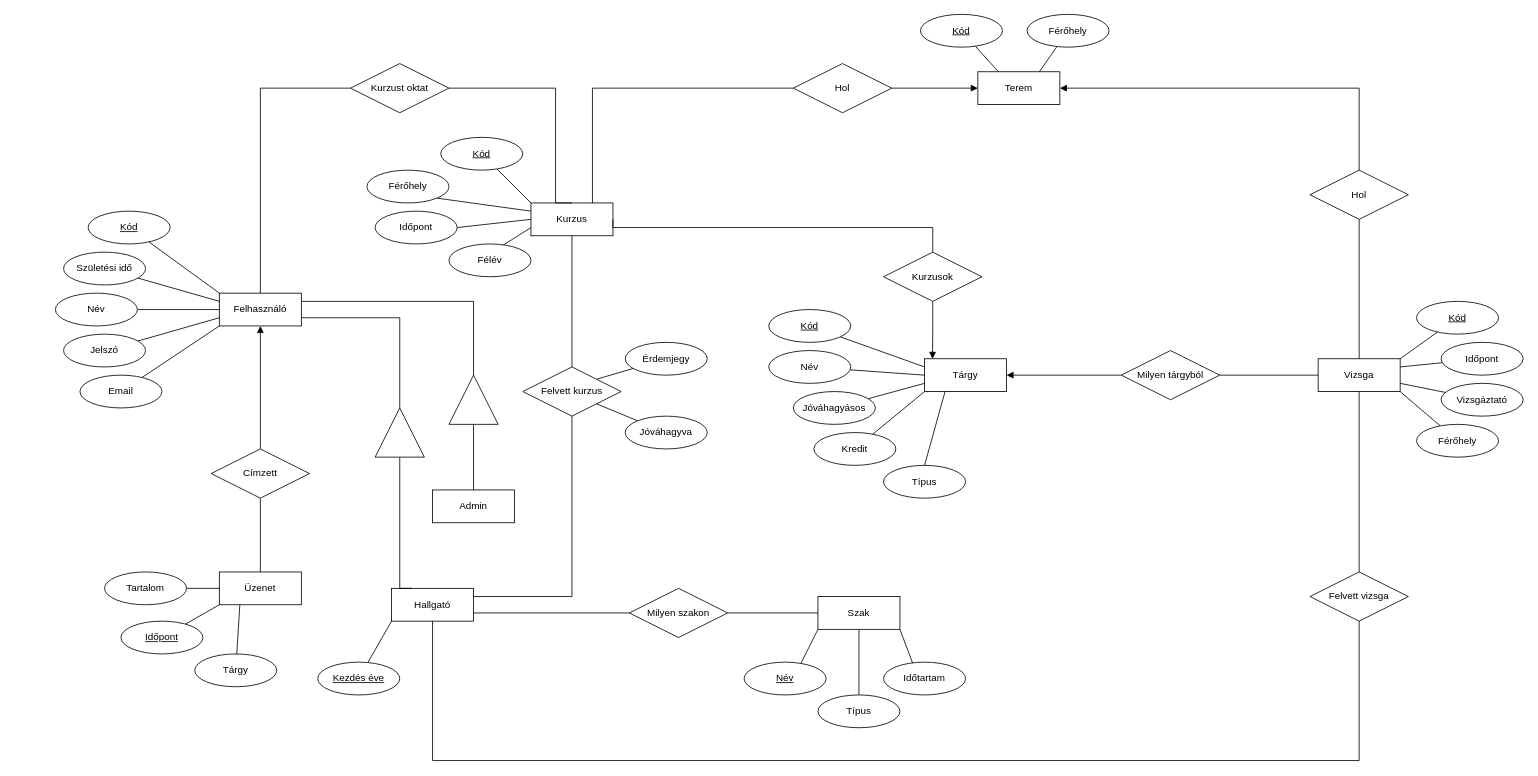
Above: ssadm/EK/EK_diagram.drawio in SzoDavid/murica (draw.io), before the change. Source tidied: cells renumbered, new cells numbered last; positions are measured from the earlier drawing's top-left corner, leaving out a move shared by most shapes. Both pictures are drawn from the tidied source at 82%, with x=0, y=0 at pixel (55, 14).
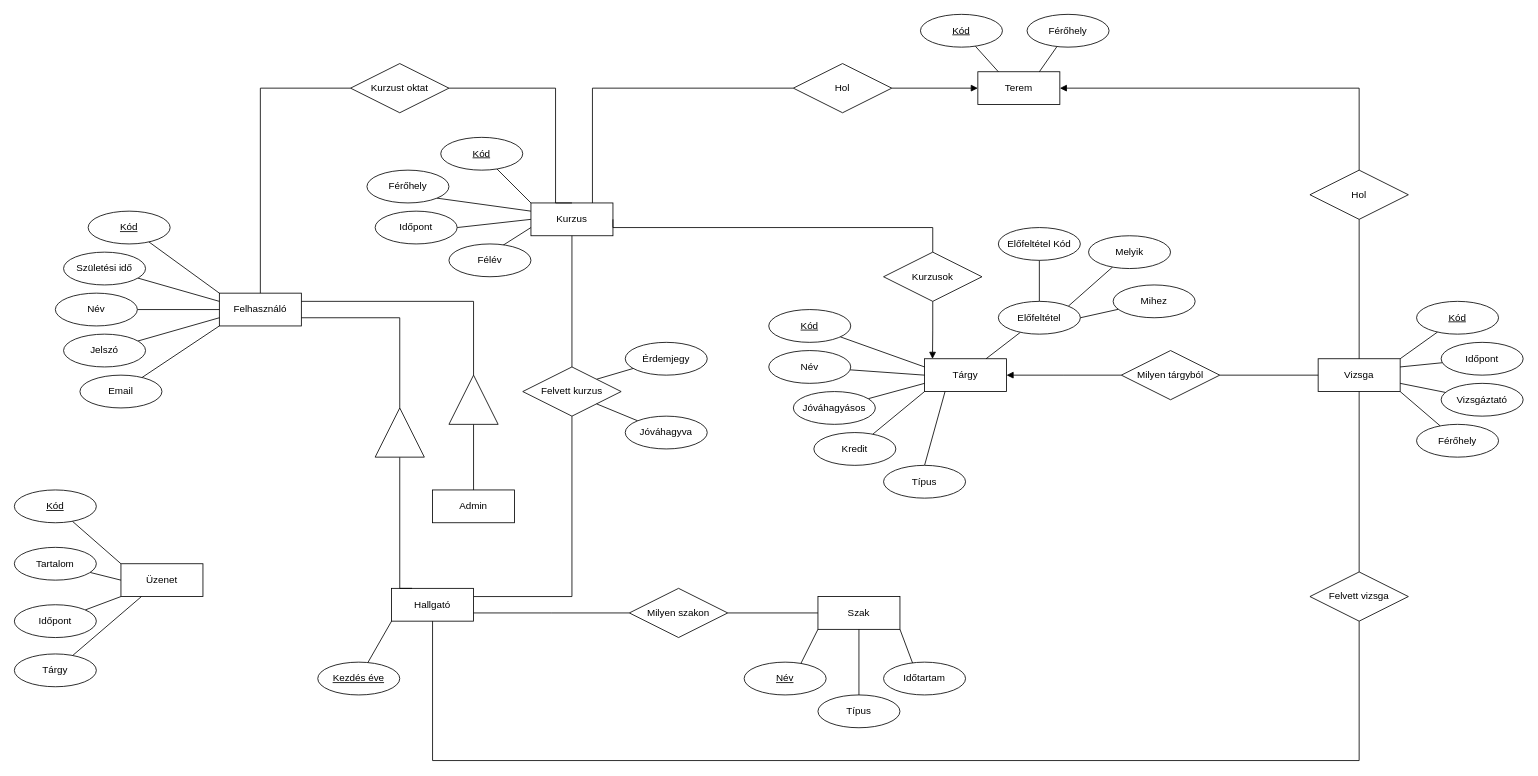
After the change.

The change refers to these unchanged cells:
```xml
<mxCell id="30" value="Tárgy" style="whiteSpace=wrap;html=1;align=center;strokeColor=default;verticalAlign=middle;fontFamily=Helvetica;fontSize=12;fontColor=default;fillColor=default;" parent="1" vertex="1">
  <mxGeometry x="1060" y="420" width="100" height="40" as="geometry" />
</mxCell>
```

Diff of the diagram source:
```diff
@@
-    <mxCell id="83" style="edgeStyle=orthogonalEdgeStyle;rounded=0;jettySize=auto;html=1;entryX=0.5;entryY=1;entryDx=0;entryDy=0;fontFamily=Helvetica;fontSize=12;fontColor=default;endArrow=none;endFill=0;" parent="1" edge="1" source="84" target="86">
-      <mxGeometry relative="1" as="geometry" />
-    </mxCell>
     <mxCell id="84" value="Üzenet" style="whiteSpace=wrap;html=1;align=center;strokeColor=default;verticalAlign=middle;fontFamily=Helvetica;fontSize=12;fontColor=default;fillColor=default;" parent="1" vertex="1">
-      <mxGeometry x="200" y="680" width="100" height="40" as="geometry" />
+      <mxGeometry x="80" y="670" width="100" height="40" as="geometry" />
     </mxCell>
-    <mxCell id="85" style="edgeStyle=orthogonalEdgeStyle;rounded=0;jettySize=auto;html=1;fontFamily=Helvetica;fontSize=12;fontColor=default;exitX=0.5;exitY=0;exitDx=0;exitDy=0;endArrow=block;endFill=1;" parent="1" edge="1" source="86">
-      <mxGeometry relative="1" as="geometry">
-        <mxPoint x="250" y="380" as="targetPoint" />
-        <Array as="points">
-          <mxPoint x="250" y="380" />
-        </Array>
-      </mxGeometry>
-    </mxCell>
-    <mxCell id="86" value="Címzett" style="shape=rhombus;perimeter=rhombusPerimeter;whiteSpace=wrap;html=1;align=center;strokeColor=default;verticalAlign=middle;fontFamily=Helvetica;fontSize=12;fontColor=default;fillColor=default;" parent="1" vertex="1">
-      <mxGeometry x="190" y="530" width="120" height="60" as="geometry" />
-    </mxCell>
@@
     <mxCell id="88" value="Tartalom" style="ellipse;whiteSpace=wrap;html=1;align=center;strokeColor=default;verticalAlign=middle;fontFamily=Helvetica;fontSize=12;fontColor=default;fillColor=default;" parent="1" vertex="1">
-      <mxGeometry x="60" y="680" width="100" height="40" as="geometry" />
+      <mxGeometry x="-50" y="650" width="100" height="40" as="geometry" />
     </mxCell>
+    <mxCell id="102" style="rounded=0;jettySize=auto;html=1;entryX=0;entryY=0;entryDx=0;entryDy=0;fontFamily=Helvetica;fontSize=12;fontColor=default;endArrow=none;endFill=0;" parent="1" edge="1" source="103" target="84">
+      <mxGeometry relative="1" as="geometry" />
+    </mxCell>
+    <mxCell id="103" value="Kód" style="ellipse;whiteSpace=wrap;html=1;align=center;fontStyle=4;verticalAlign=middle;fontFamily=Helvetica;fontSize=12;" parent="1" vertex="1">
+      <mxGeometry x="-50" y="580" width="100" height="40" as="geometry" />
+    </mxCell>
@@
-    <mxCell id="90" value="Időpont" style="ellipse;whiteSpace=wrap;html=1;align=center;strokeColor=default;verticalAlign=middle;fontFamily=Helvetica;fontSize=12;fontColor=default;fillColor=default;fontStyle=4;" parent="1" vertex="1">
-      <mxGeometry x="80" y="740" width="100" height="40" as="geometry" />
+    <mxCell id="90" value="Időpont" style="ellipse;whiteSpace=wrap;html=1;align=center;strokeColor=default;verticalAlign=middle;fontFamily=Helvetica;fontSize=12;fontColor=default;fillColor=default;" parent="1" vertex="1">
+      <mxGeometry x="-50" y="720" width="100" height="40" as="geometry" />
     </mxCell>
+    <mxCell id="104" style="rounded=0;jettySize=auto;html=1;entryX=1;entryY=0.5;entryDx=0;entryDy=0;fontFamily=Helvetica;fontSize=12;fontColor=default;endArrow=none;endFill=0;" parent="1" edge="1" source="105" target="109">
+      <mxGeometry relative="1" as="geometry" />
+    </mxCell>
+    <mxCell id="105" value="Mihez" style="ellipse;whiteSpace=wrap;html=1;align=center;verticalAlign=middle;fontFamily=Helvetica;fontSize=12;" parent="1" vertex="1">
+      <mxGeometry x="1290" y="330" width="100" height="40" as="geometry" />
+    </mxCell>
+    <mxCell id="106" style="rounded=0;jettySize=auto;html=1;entryX=0.5;entryY=0;entryDx=0;entryDy=0;fontFamily=Helvetica;fontSize=12;fontColor=default;endArrow=none;endFill=0;" parent="1" edge="1" source="107" target="109">
+      <mxGeometry relative="1" as="geometry" />
+    </mxCell>
+    <mxCell id="107" value="Előfeltétel Kód" style="ellipse;whiteSpace=wrap;html=1;align=center;fontStyle=0;verticalAlign=middle;fontFamily=Helvetica;fontSize=12;" parent="1" vertex="1">
+      <mxGeometry x="1150" y="260" width="100" height="40" as="geometry" />
+    </mxCell>
@@
+    <mxCell id="108" style="rounded=0;jettySize=auto;html=1;entryX=0.75;entryY=0;entryDx=0;entryDy=0;endArrow=none;endFill=0;" parent="1" edge="1" source="109" target="30">
+      <mxGeometry relative="1" as="geometry" />
+    </mxCell>
+    <mxCell id="109" value="Előfeltétel" style="ellipse;whiteSpace=wrap;html=1;align=center;" parent="1" vertex="1">
+      <mxGeometry x="1150" y="350" width="100" height="40" as="geometry" />
+    </mxCell>
+    <mxCell id="110" style="rounded=0;jettySize=auto;html=1;entryX=1;entryY=0;entryDx=0;entryDy=0;endArrow=none;endFill=0;" parent="1" edge="1" source="111" target="109">
+      <mxGeometry relative="1" as="geometry" />
+    </mxCell>
+    <mxCell id="111" value="Melyik" style="ellipse;whiteSpace=wrap;html=1;align=center;verticalAlign=middle;fontFamily=Helvetica;fontSize=12;" parent="1" vertex="1">
+      <mxGeometry x="1260" y="270" width="100" height="40" as="geometry" />
+    </mxCell>
@@
     <mxCell id="101" value="Tárgy" style="ellipse;whiteSpace=wrap;html=1;align=center;" parent="1" vertex="1">
-      <mxGeometry x="170" y="780" width="100" height="40" as="geometry" />
+      <mxGeometry x="-50" y="780" width="100" height="40" as="geometry" />
     </mxCell>
```
